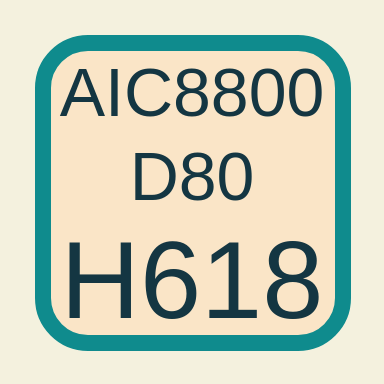
This is AIC8800D80-H618.drawio from qjzh0603/drawio, a draw.io file, before an edit. Source tidied: cells renumbered, new cells numbered last; positions are measured from the earlier drawing's top-left corner, leaving out a move shared by most shapes. Both pictures are drawn from the tidied source at 200%, with x=0, y=0 at pixel (42, 42).
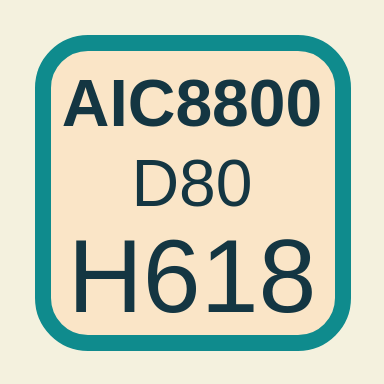
After the change.

Change to the diagram source:
```diff
@@
 <mxGraphModel background="#F4F1DE">
   <root>
     <mxCell id="0" />
     <mxCell id="1" parent="0" />
     <mxCell id="2" style="whiteSpace=wrap;html=1;strokeWidth=8;rounded=1;fillColor=#FAE5C7;strokeColor=#0F8B8D;fontColor=#143642;labelBackgroundColor=none;" parent="1" vertex="1">
       <mxGeometry width="150" height="150" as="geometry" />
     </mxCell>
-    <mxCell id="3" value="AIC8800" style="text;html=1;strokeColor=none;fillColor=none;align=center;verticalAlign=middle;whiteSpace=wrap;rounded=0;sketch=0;fontSize=34;shadow=0;glass=0;fontColor=#143642;labelBackgroundColor=none;" parent="1" vertex="1">
-      <mxGeometry width="150" height="50" as="geometry" />
+    <mxCell id="3" value="AIC8800" style="text;html=1;strokeColor=none;fillColor=none;align=center;verticalAlign=middle;whiteSpace=wrap;rounded=0;sketch=0;fontSize=33;shadow=0;glass=0;fontColor=#143642;labelBackgroundColor=none;fontStyle=1;" parent="1" vertex="1">
+      <mxGeometry y="5" width="150" height="50" as="geometry" />
     </mxCell>
-    <mxCell id="4" value="H618" style="text;strokeColor=none;fillColor=none;align=center;verticalAlign=middle;whiteSpace=wrap;rounded=0;sketch=0;fontSize=55;html=1;spacing=2;spacingRight=0;spacingTop=0;fontColor=#143642;labelBackgroundColor=none;" parent="1" vertex="1">
-      <mxGeometry y="88" width="150" height="60" as="geometry" />
+    <mxCell id="4" value="H618" style="text;strokeColor=none;fillColor=none;align=center;verticalAlign=middle;whiteSpace=wrap;rounded=0;sketch=0;fontSize=52;html=1;spacing=2;spacingRight=0;spacingTop=0;fontColor=#143642;labelBackgroundColor=none;" parent="1" vertex="1">
+      <mxGeometry y="87" width="150" height="60" as="geometry" />
     </mxCell>
-    <mxCell id="5" value="D80" style="text;html=1;strokeColor=none;fillColor=none;align=center;verticalAlign=middle;whiteSpace=wrap;rounded=0;sketch=0;fontSize=34;shadow=0;glass=0;fontColor=#143642;labelBackgroundColor=none;" parent="1" vertex="1">
-      <mxGeometry y="42" width="150" height="50" as="geometry" />
+    <mxCell id="5" value="D80" style="text;html=1;strokeColor=none;fillColor=none;align=center;verticalAlign=middle;whiteSpace=wrap;rounded=0;sketch=0;fontSize=33;shadow=0;glass=0;fontColor=#143642;labelBackgroundColor=none;" parent="1" vertex="1">
+      <mxGeometry y="45" width="150" height="50" as="geometry" />
     </mxCell>
   </root>
 </mxGraphModel>
```
